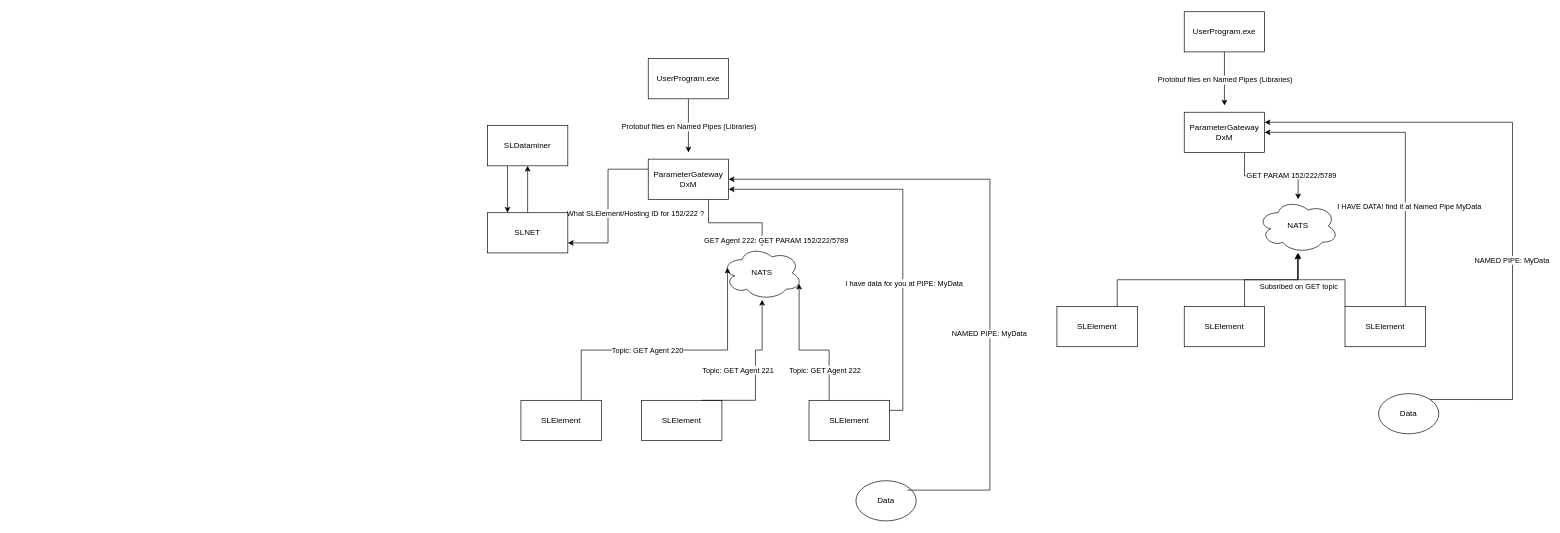
Before: KeystoneInternalCommunication.drawio in janstaelensskyline/DrawIO, a draw.io diagram. Source tidied: cells renumbered, new cells numbered last; positions are measured from the earlier drawing's top-left corner, leaving out a move shared by most shapes. Both pictures are drawn from the tidied source at 67%, with x=0, y=0 at pixel (487, 11).
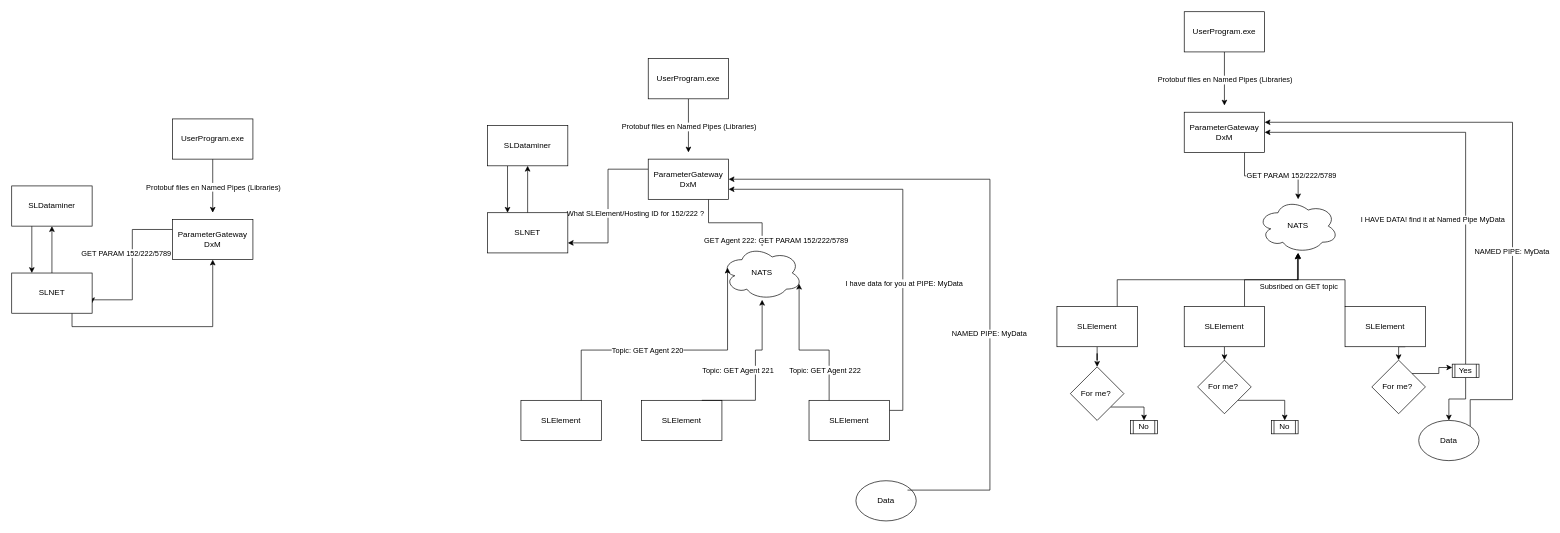
The same diagram, later.

The change refers to these unchanged cells:
```xml
<mxCell id="7" value="ParameterGateway DxM" style="rounded=0;whiteSpace=wrap;html=1;" parent="1" vertex="1">
  <mxGeometry x="1040" y="150" width="120" height="60" as="geometry" />
</mxCell>
<mxCell id="10" value="SLElement" style="rounded=0;whiteSpace=wrap;html=1;" parent="1" vertex="1">
  <mxGeometry x="1040" y="440" width="120" height="60" as="geometry" />
</mxCell>
<mxCell id="17" value="SLElement" style="rounded=0;whiteSpace=wrap;html=1;" parent="1" vertex="1">
  <mxGeometry x="1280" y="440" width="120" height="60" as="geometry" />
</mxCell>
<mxCell id="19" value="SLElement" style="rounded=0;whiteSpace=wrap;html=1;" parent="1" vertex="1">
  <mxGeometry x="850" y="440" width="120" height="60" as="geometry" />
</mxCell>
```

Diff of the diagram source:
```diff
@@
+    <mxCell id="48" style="edgeStyle=orthogonalEdgeStyle;rounded=0;jettySize=auto;html=1;exitX=0.5;exitY=1;exitDx=0;exitDy=0;entryX=0.5;entryY=0;entryDx=0;entryDy=0;" parent="1" edge="1" source="10" target="65">
+      <mxGeometry relative="1" as="geometry" />
+    </mxCell>
@@
     <mxCell id="13" value="Data" style="ellipse;whiteSpace=wrap;html=1;" parent="1" vertex="1">
-      <mxGeometry x="1330" y="570" width="90" height="60" as="geometry" />
+      <mxGeometry x="1390" y="610" width="90" height="60" as="geometry" />
     </mxCell>
@@
-    <mxCell id="15" style="edgeStyle=orthogonalEdgeStyle;rounded=0;jettySize=auto;html=1;exitX=0.75;exitY=0;exitDx=0;exitDy=0;entryX=1;entryY=0.5;entryDx=0;entryDy=0;" parent="1" edge="1" source="17" target="7">
-      <mxGeometry relative="1" as="geometry" />
+    <mxCell id="15" style="edgeStyle=orthogonalEdgeStyle;rounded=0;jettySize=auto;html=1;exitX=0.5;exitY=0;exitDx=0;exitDy=0;entryX=1;entryY=0.5;entryDx=0;entryDy=0;" parent="1" edge="1" source="71" target="7">
+      <mxGeometry relative="1" as="geometry">
+        <Array as="points">
+          <mxPoint x="1460" y="180" />
+        </Array>
+      </mxGeometry>
     </mxCell>
     <mxCell id="16" value="I HAVE DATA! find it at Named Pipe MyData" style="edgeLabel;html=1;align=center;verticalAlign=middle;" parent="15" vertex="1">
       <mxGeometry x="-0.2" y="-1" relative="1" as="geometry">
-        <mxPoint x="4" y="38" as="offset" />
+        <mxPoint x="-51" y="42" as="offset" />
       </mxGeometry>
     </mxCell>
+    <mxCell id="49" style="edgeStyle=orthogonalEdgeStyle;rounded=0;jettySize=auto;html=1;exitX=0.75;exitY=1;exitDx=0;exitDy=0;entryX=0.5;entryY=0;entryDx=0;entryDy=0;" parent="1" edge="1" source="17" target="67">
+      <mxGeometry relative="1" as="geometry" />
+    </mxCell>
@@
+    <mxCell id="50" style="edgeStyle=orthogonalEdgeStyle;rounded=0;jettySize=auto;html=1;" parent="1" edge="1" source="19" target="63">
+      <mxGeometry relative="1" as="geometry" />
+    </mxCell>
@@
+    <mxCell id="51" style="edgeStyle=orthogonalEdgeStyle;rounded=0;jettySize=auto;html=1;" parent="1" edge="1" source="53">
+      <mxGeometry relative="1" as="geometry">
+        <mxPoint x="-410" y="300" as="targetPoint" />
+      </mxGeometry>
+    </mxCell>
+    <mxCell id="52" value="Protobuf files en Named Pipes (Libraries)" style="edgeLabel;html=1;align=center;verticalAlign=middle;" parent="51" vertex="1">
+      <mxGeometry x="-0.24" relative="1" as="geometry">
+        <mxPoint y="10" as="offset" />
+      </mxGeometry>
+    </mxCell>
+    <mxCell id="53" value="UserProgram.exe" style="rounded=0;whiteSpace=wrap;html=1;" parent="1" vertex="1">
+      <mxGeometry x="-470" y="160" width="120" height="60" as="geometry" />
+    </mxCell>
+    <mxCell id="54" style="edgeStyle=orthogonalEdgeStyle;rounded=0;jettySize=auto;html=1;exitX=0;exitY=0.25;exitDx=0;exitDy=0;entryX=1;entryY=0.75;entryDx=0;entryDy=0;" parent="1" edge="1" source="55" target="58">
+      <mxGeometry relative="1" as="geometry">
+        <Array as="points">
+          <mxPoint x="-530" y="325" />
+          <mxPoint x="-530" y="430" />
+          <mxPoint x="-590" y="430" />
+        </Array>
+      </mxGeometry>
+    </mxCell>
+    <mxCell id="55" value="ParameterGateway DxM" style="rounded=0;whiteSpace=wrap;html=1;" parent="1" vertex="1">
+      <mxGeometry x="-470" y="310" width="120" height="60" as="geometry" />
+    </mxCell>
+    <mxCell id="56" style="edgeStyle=orthogonalEdgeStyle;rounded=0;jettySize=auto;html=1;exitX=0.5;exitY=0;exitDx=0;exitDy=0;entryX=0.5;entryY=1;entryDx=0;entryDy=0;" parent="1" edge="1" source="58" target="60">
+      <mxGeometry relative="1" as="geometry" />
+    </mxCell>
+    <mxCell id="57" style="edgeStyle=orthogonalEdgeStyle;rounded=0;jettySize=auto;html=1;exitX=0.75;exitY=1;exitDx=0;exitDy=0;" parent="1" edge="1" source="58" target="55">
+      <mxGeometry relative="1" as="geometry" />
+    </mxCell>
+    <mxCell id="58" value="SLNET" style="rounded=0;whiteSpace=wrap;html=1;" parent="1" vertex="1">
+      <mxGeometry x="-710" y="390" width="120" height="60" as="geometry" />
+    </mxCell>
+    <mxCell id="59" style="edgeStyle=orthogonalEdgeStyle;rounded=0;jettySize=auto;html=1;exitX=0.25;exitY=1;exitDx=0;exitDy=0;entryX=0.25;entryY=0;entryDx=0;entryDy=0;" parent="1" edge="1" source="60" target="58">
+      <mxGeometry relative="1" as="geometry" />
+    </mxCell>
+    <mxCell id="60" value="SLDataminer" style="rounded=0;whiteSpace=wrap;html=1;" parent="1" vertex="1">
+      <mxGeometry x="-710" y="260" width="120" height="60" as="geometry" />
+    </mxCell>
+    <mxCell id="61" value="GET PARAM 152/222/5789" style="edgeLabel;html=1;align=center;verticalAlign=middle;" parent="1" vertex="1">
+      <mxGeometry x="-540" y="360" as="geometry" />
+    </mxCell>
+    <mxCell id="62" style="edgeStyle=orthogonalEdgeStyle;rounded=0;jettySize=auto;html=1;exitX=1;exitY=1;exitDx=0;exitDy=0;entryX=0.5;entryY=0;entryDx=0;entryDy=0;" parent="1" edge="1" source="63" target="68">
+      <mxGeometry relative="1" as="geometry" />
+    </mxCell>
+    <mxCell id="63" value="For me?&amp;nbsp;" style="rhombus;whiteSpace=wrap;html=1;rounded=0;" parent="1" vertex="1">
+      <mxGeometry x="870" y="530" width="80" height="80" as="geometry" />
+    </mxCell>
+    <mxCell id="64" style="edgeStyle=orthogonalEdgeStyle;rounded=0;jettySize=auto;html=1;exitX=1;exitY=1;exitDx=0;exitDy=0;entryX=0.5;entryY=0;entryDx=0;entryDy=0;" parent="1" edge="1" source="65" target="69">
+      <mxGeometry relative="1" as="geometry" />
+    </mxCell>
+    <mxCell id="65" value="For me?&amp;nbsp;" style="rhombus;whiteSpace=wrap;html=1;rounded=0;" parent="1" vertex="1">
+      <mxGeometry x="1060" y="520" width="80" height="80" as="geometry" />
+    </mxCell>
+    <mxCell id="66" style="edgeStyle=orthogonalEdgeStyle;rounded=0;jettySize=auto;html=1;exitX=1;exitY=0;exitDx=0;exitDy=0;entryX=0;entryY=0.25;entryDx=0;entryDy=0;" parent="1" edge="1" source="67" target="71">
+      <mxGeometry relative="1" as="geometry" />
+    </mxCell>
+    <mxCell id="67" value="For me?&amp;nbsp;" style="rhombus;whiteSpace=wrap;html=1;rounded=0;" parent="1" vertex="1">
+      <mxGeometry x="1320" y="520" width="80" height="80" as="geometry" />
+    </mxCell>
+    <mxCell id="68" value="No" style="shape=process;whiteSpace=wrap;html=1;backgroundOutline=1;" parent="1" vertex="1">
+      <mxGeometry x="960" y="610" width="40" height="20" as="geometry" />
+    </mxCell>
+    <mxCell id="69" value="No" style="shape=process;whiteSpace=wrap;html=1;backgroundOutline=1;" parent="1" vertex="1">
+      <mxGeometry x="1170" y="610" width="40" height="20" as="geometry" />
+    </mxCell>
+    <mxCell id="70" style="edgeStyle=orthogonalEdgeStyle;rounded=0;jettySize=auto;html=1;exitX=0.5;exitY=1;exitDx=0;exitDy=0;entryX=0.5;entryY=0;entryDx=0;entryDy=0;" parent="1" edge="1" source="71" target="13">
+      <mxGeometry relative="1" as="geometry" />
+    </mxCell>
+    <mxCell id="71" value="Yes" style="shape=process;whiteSpace=wrap;html=1;backgroundOutline=1;" parent="1" vertex="1">
+      <mxGeometry x="1440" y="526" width="40" height="20" as="geometry" />
+    </mxCell>
```
